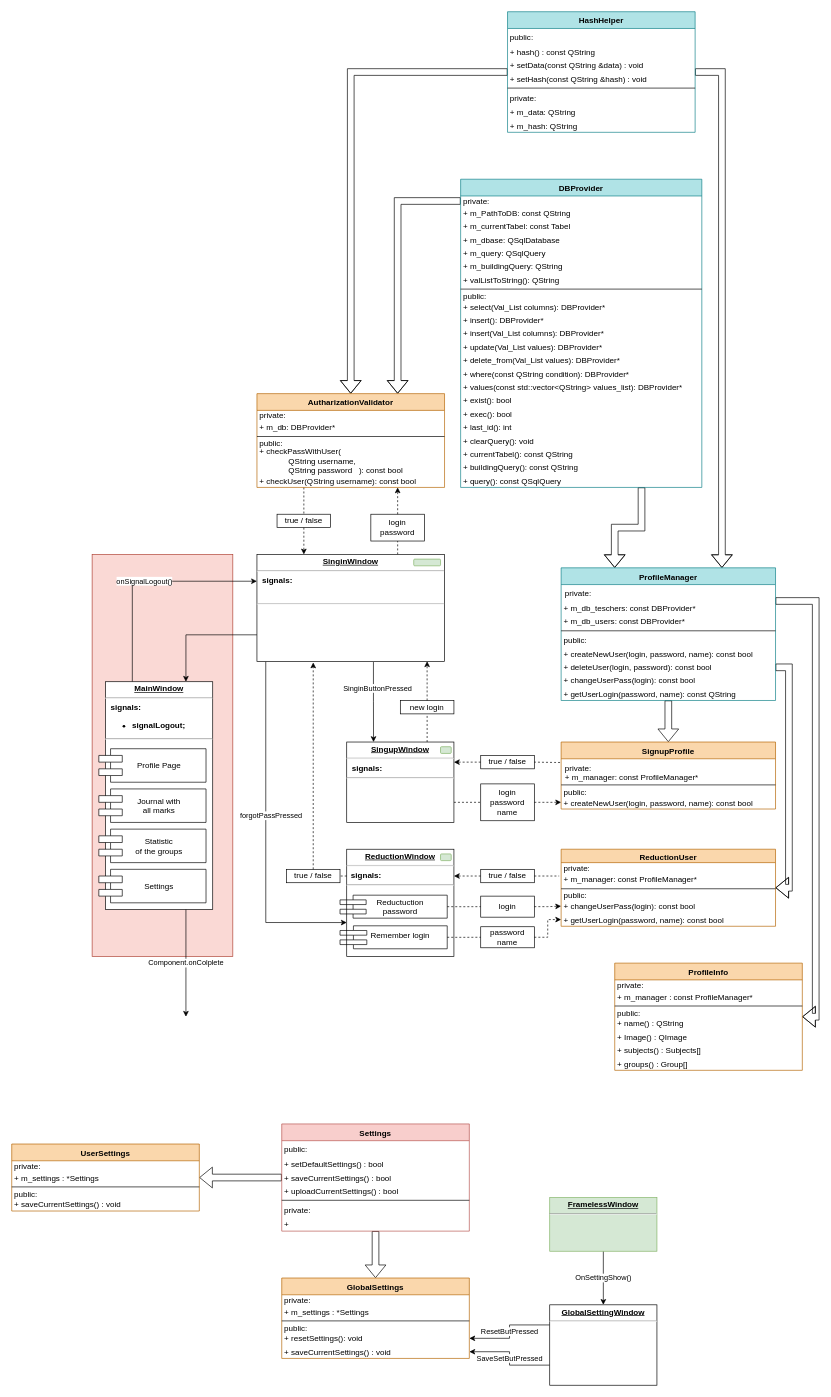
Above: page "Full project" (1 of 3) of Screenshots/Schemes.drawio in GRPilot/e-journal (draw.io), before the change. Source tidied: cells renumbered, new cells numbered last; positions are measured from the earlier drawing's top-left corner, leaving out a move shared by most shapes. Both pictures are drawn from the tidied source at 67%, with x=0, y=0 at pixel (11, 11).
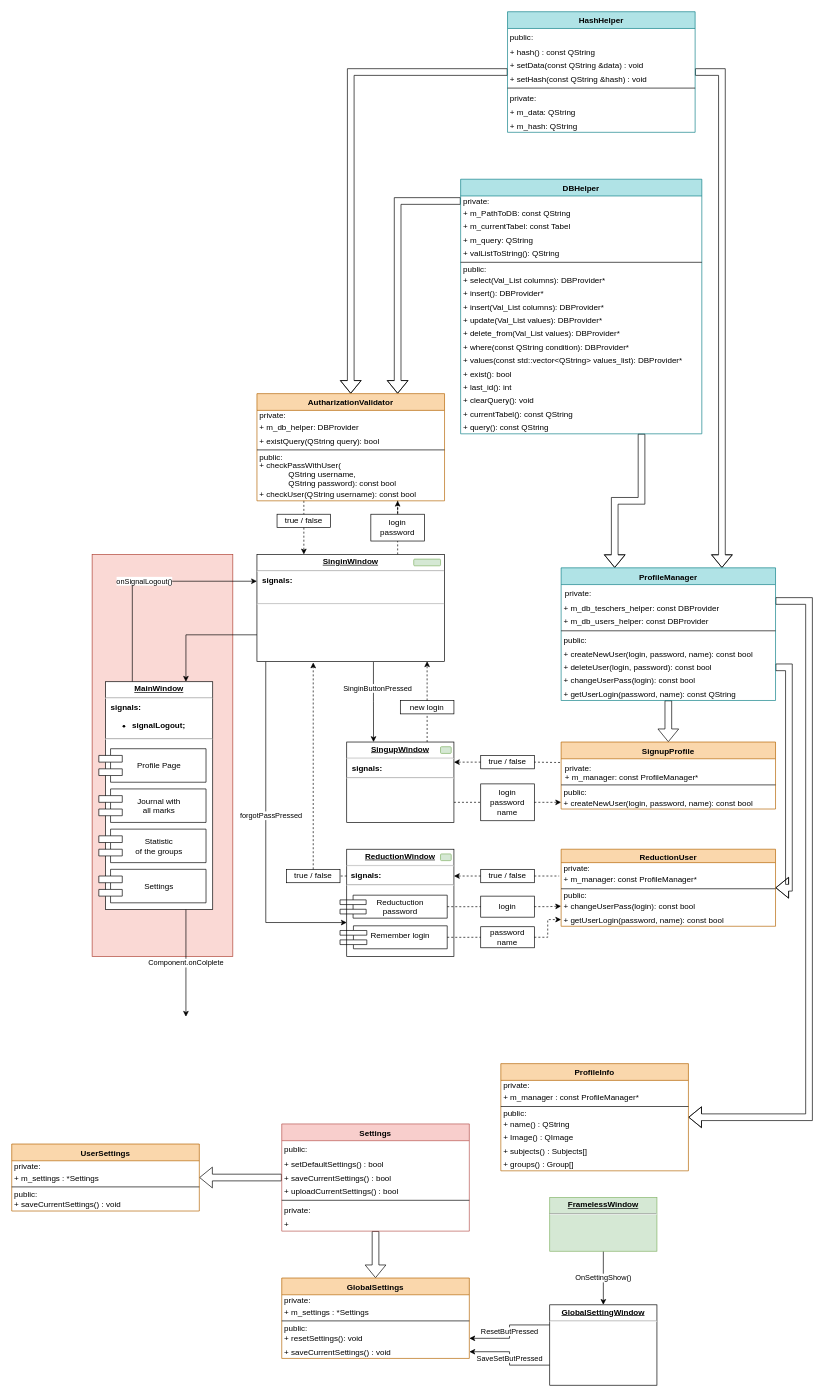
The same page after the edit.

Unchanged cells that the change refers to:
```xml
<mxCell id="142" value="ProfileManager" style="swimlane;fontStyle=1;align=center;verticalAlign=top;horizontal=1;startSize=25;fillColor=#b0e3e6;strokeColor=#0e8088;" parent="1" vertex="1">
  <mxGeometry x="820" y="830" width="320" height="198" as="geometry" />
</mxCell>
```

Diff of the diagram source:
```diff
@@
     <mxCell id="65" value="AutharizationValidator" style="swimlane;fontStyle=1;align=center;verticalAlign=top;horizontal=1;startSize=25;fillColor=#fad7ac;strokeColor=#b46504;" parent="1" vertex="1">
-      <mxGeometry x="366" y="570" width="280" height="140" as="geometry" />
+      <mxGeometry x="366" y="570" width="280" height="160" as="geometry" />
     </mxCell>
@@
-    <mxCell id="67" value="+ m_db: DBProvider*" style="text;strokeColor=none;fillColor=none;align=left;verticalAlign=middle;spacingLeft=4;spacingRight=4;overflow=hidden;fontStyle=0;spacing=0;" parent="65" vertex="1">
+    <mxCell id="67" value="+ m_db_helper: DBProvider" style="text;strokeColor=none;fillColor=none;align=left;verticalAlign=middle;spacingLeft=4;spacingRight=4;overflow=hidden;fontStyle=0;spacing=0;" parent="65" vertex="1">
       <mxGeometry y="40" width="280" height="20" as="geometry" />
     </mxCell>
+    <mxCell id="161" value="+ existQuery(QString query): bool" style="text;strokeColor=none;fillColor=none;align=left;verticalAlign=middle;spacingLeft=4;spacingRight=4;overflow=hidden;fontStyle=0;spacing=0;" parent="65" vertex="1">
+      <mxGeometry y="60" width="280" height="20" as="geometry" />
+    </mxCell>
     <mxCell id="68" style="line;strokeWidth=1;fillColor=none;align=left;verticalAlign=middle;spacingTop=-1;spacingLeft=3;spacingRight=3;labelPosition=right;" parent="65" vertex="1">
-      <mxGeometry y="60" width="280" height="8" as="geometry" />
+      <mxGeometry y="80" width="280" height="8" as="geometry" />
     </mxCell>
     <mxCell id="69" value="public:" style="text;strokeColor=none;fillColor=none;align=left;verticalAlign=middle;spacingLeft=4;spacingRight=4;overflow=hidden;spacing=0;" parent="65" vertex="1">
-      <mxGeometry y="68" width="280" height="12" as="geometry" />
+      <mxGeometry y="88" width="280" height="12" as="geometry" />
     </mxCell>
-    <mxCell id="70" value="+ checkPassWithUser(&#10;             QString username, &#10;             QString password   ): const bool" style="text;strokeColor=none;fillColor=none;align=left;verticalAlign=middle;spacingLeft=4;spacingRight=4;overflow=hidden;spacing=0;" parent="65" vertex="1">
-      <mxGeometry y="80" width="280" height="40" as="geometry" />
+    <mxCell id="70" value="+ checkPassWithUser(&#10;             QString username, &#10;             QString password): const bool" style="text;strokeColor=none;fillColor=none;align=left;verticalAlign=middle;spacingLeft=4;spacingRight=4;overflow=hidden;spacing=0;" parent="65" vertex="1">
+      <mxGeometry y="100" width="280" height="40" as="geometry" />
     </mxCell>
     <mxCell id="71" value="+ checkUser(QString username): const bool" style="text;strokeColor=none;fillColor=none;align=left;verticalAlign=middle;spacingLeft=4;spacingRight=4;overflow=hidden;spacing=0;" parent="65" vertex="1">
-      <mxGeometry y="120" width="280" height="20" as="geometry" />
+      <mxGeometry y="140" width="280" height="20" as="geometry" />
     </mxCell>
@@
-    <mxCell id="116" value="DBProvider" style="swimlane;fontStyle=1;align=center;verticalAlign=top;horizontal=1;startSize=25;fillColor=#b0e3e6;strokeColor=#0e8088;" parent="1" vertex="1">
-      <mxGeometry x="670" y="250" width="360" height="460" as="geometry" />
+    <mxCell id="116" value="DBHelper" style="swimlane;fontStyle=1;align=center;verticalAlign=top;horizontal=1;startSize=25;fillColor=#b0e3e6;strokeColor=#0e8088;" parent="1" vertex="1">
+      <mxGeometry x="670" y="250" width="360" height="380" as="geometry" />
     </mxCell>
@@
-    <mxCell id="120" value="+ m_dbase: QSqlDatabase " style="text;strokeColor=none;fillColor=none;align=left;verticalAlign=middle;spacingLeft=4;spacingRight=4;overflow=hidden;fontStyle=0;spacing=0;" parent="116" vertex="1">
-      <mxGeometry y="80" width="360" height="20" as="geometry" />
-    </mxCell>
-    <mxCell id="121" value="+ m_query: QSqlQuery " style="text;strokeColor=none;fillColor=none;align=left;verticalAlign=middle;spacingLeft=4;spacingRight=4;overflow=hidden;fontStyle=0;spacing=0;" parent="116" vertex="1">
-      <mxGeometry y="100" width="360" height="20" as="geometry" />
-    </mxCell>
-    <mxCell id="122" value="+ m_buildingQuery: QString " style="text;strokeColor=none;fillColor=none;align=left;verticalAlign=middle;spacingLeft=4;spacingRight=4;overflow=hidden;fontStyle=0;spacing=0;" parent="116" vertex="1">
-      <mxGeometry y="120" width="360" height="20" as="geometry" />
+    <mxCell id="122" value="+ m_query: QString " style="text;strokeColor=none;fillColor=none;align=left;verticalAlign=middle;spacingLeft=4;spacingRight=4;overflow=hidden;fontStyle=0;spacing=0;" parent="116" vertex="1">
+      <mxGeometry y="80" width="360" height="20" as="geometry" />
     </mxCell>
     <mxCell id="123" value="+ valListToString(): QString " style="text;strokeColor=none;fillColor=none;align=left;verticalAlign=middle;spacingLeft=4;spacingRight=4;overflow=hidden;fontStyle=0;spacing=0;" parent="116" vertex="1">
-      <mxGeometry y="140" width="360" height="20" as="geometry" />
+      <mxGeometry y="100" width="360" height="20" as="geometry" />
     </mxCell>
     <mxCell id="124" style="line;strokeWidth=1;fillColor=none;align=left;verticalAlign=middle;spacingTop=-1;spacingLeft=3;spacingRight=3;labelPosition=right;" parent="116" vertex="1">
-      <mxGeometry y="160" width="360" height="8" as="geometry" />
+      <mxGeometry y="120" width="360" height="8" as="geometry" />
     </mxCell>
     <mxCell id="125" value="public:" style="text;strokeColor=none;fillColor=none;align=left;verticalAlign=middle;spacingLeft=4;spacingRight=4;overflow=hidden;spacing=0;" parent="116" vertex="1">
-      <mxGeometry y="168" width="360" height="12" as="geometry" />
+      <mxGeometry y="128" width="360" height="12" as="geometry" />
     </mxCell>
     <mxCell id="126" value="+ select(Val_List columns): DBProvider*" style="text;strokeColor=none;fillColor=none;align=left;verticalAlign=middle;spacingLeft=4;spacingRight=4;overflow=hidden;spacing=0;" parent="116" vertex="1">
-      <mxGeometry y="180" width="360" height="20" as="geometry" />
+      <mxGeometry y="140" width="360" height="20" as="geometry" />
     </mxCell>
     <mxCell id="127" value="+ insert(): DBProvider*" style="text;strokeColor=none;fillColor=none;align=left;verticalAlign=middle;spacingLeft=4;spacingRight=4;overflow=hidden;spacing=0;" parent="116" vertex="1">
-      <mxGeometry y="200" width="360" height="20" as="geometry" />
+      <mxGeometry y="160" width="360" height="20" as="geometry" />
     </mxCell>
     <mxCell id="128" value="+ insert(Val_List columns): DBProvider*" style="text;strokeColor=none;fillColor=none;align=left;verticalAlign=middle;spacingLeft=4;spacingRight=4;overflow=hidden;spacing=0;" parent="116" vertex="1">
-      <mxGeometry y="220" width="360" height="20" as="geometry" />
+      <mxGeometry y="180" width="360" height="20" as="geometry" />
     </mxCell>
     <mxCell id="129" value="+ update(Val_List values): DBProvider*" style="text;strokeColor=none;fillColor=none;align=left;verticalAlign=middle;spacingLeft=4;spacingRight=4;overflow=hidden;spacing=0;" parent="116" vertex="1">
-      <mxGeometry y="240" width="360" height="20" as="geometry" />
+      <mxGeometry y="200" width="360" height="20" as="geometry" />
     </mxCell>
     <mxCell id="130" value="+ delete_from(Val_List values): DBProvider*" style="text;strokeColor=none;fillColor=none;align=left;verticalAlign=middle;spacingLeft=4;spacingRight=4;overflow=hidden;spacing=0;" parent="116" vertex="1">
-      <mxGeometry y="260" width="360" height="20" as="geometry" />
+      <mxGeometry y="220" width="360" height="20" as="geometry" />
     </mxCell>
     <mxCell id="131" value="+ where(const QString condition): DBProvider*" style="text;strokeColor=none;fillColor=none;align=left;verticalAlign=middle;spacingLeft=4;spacingRight=4;overflow=hidden;spacing=0;" parent="116" vertex="1">
-      <mxGeometry y="280" width="360" height="20" as="geometry" />
+      <mxGeometry y="240" width="360" height="20" as="geometry" />
     </mxCell>
     <mxCell id="132" value="+ values(const std::vector&lt;QString&gt; values_list): DBProvider*" style="text;strokeColor=none;fillColor=none;align=left;verticalAlign=middle;spacingLeft=4;spacingRight=4;overflow=hidden;spacing=0;" parent="116" vertex="1">
-      <mxGeometry y="300" width="360" height="20" as="geometry" />
+      <mxGeometry y="260" width="360" height="20" as="geometry" />
     </mxCell>
     <mxCell id="133" value="+ exist(): bool" style="text;strokeColor=none;fillColor=none;align=left;verticalAlign=middle;spacingLeft=4;spacingRight=4;overflow=hidden;spacing=0;" parent="116" vertex="1">
-      <mxGeometry y="320" width="360" height="20" as="geometry" />
+      <mxGeometry y="280" width="360" height="20" as="geometry" />
     </mxCell>
-    <mxCell id="134" value="+ exec(): bool" style="text;strokeColor=none;fillColor=none;align=left;verticalAlign=middle;spacingLeft=4;spacingRight=4;overflow=hidden;spacing=0;" parent="116" vertex="1">
-      <mxGeometry y="340" width="360" height="20" as="geometry" />
-    </mxCell>
     <mxCell id="135" value="+ last_id(): int" style="text;strokeColor=none;fillColor=none;align=left;verticalAlign=middle;spacingLeft=4;spacingRight=4;overflow=hidden;spacing=0;" parent="116" vertex="1">
-      <mxGeometry y="360" width="360" height="20" as="geometry" />
+      <mxGeometry y="300" width="360" height="20" as="geometry" />
     </mxCell>
     <mxCell id="136" value="+ clearQuery(): void" style="text;strokeColor=none;fillColor=none;align=left;verticalAlign=middle;spacingLeft=4;spacingRight=4;overflow=hidden;spacing=0;" parent="116" vertex="1">
-      <mxGeometry y="380" width="360" height="20" as="geometry" />
+      <mxGeometry y="320" width="360" height="20" as="geometry" />
     </mxCell>
     <mxCell id="137" value="+ currentTabel(): const QString " style="text;strokeColor=none;fillColor=none;align=left;verticalAlign=middle;spacingLeft=4;spacingRight=4;overflow=hidden;fontStyle=0;spacing=0;" parent="116" vertex="1">
-      <mxGeometry y="400" width="360" height="20" as="geometry" />
+      <mxGeometry y="340" width="360" height="20" as="geometry" />
     </mxCell>
-    <mxCell id="138" value="+ buildingQuery(): const QString " style="text;strokeColor=none;fillColor=none;align=left;verticalAlign=middle;spacingLeft=4;spacingRight=4;overflow=hidden;fontStyle=0;spacing=0;" parent="116" vertex="1">
-      <mxGeometry y="420" width="360" height="20" as="geometry" />
+    <mxCell id="138" value="+ query(): const QString " style="text;strokeColor=none;fillColor=none;align=left;verticalAlign=middle;spacingLeft=4;spacingRight=4;overflow=hidden;fontStyle=0;spacing=0;" parent="116" vertex="1">
+      <mxGeometry y="360" width="360" height="20" as="geometry" />
     </mxCell>
-    <mxCell id="139" value="+ query(): const QSqlQuery" style="text;strokeColor=none;fillColor=none;align=left;verticalAlign=middle;spacingLeft=4;spacingRight=4;overflow=hidden;fontStyle=0;spacing=0;" parent="116" vertex="1">
-      <mxGeometry y="440" width="360" height="20" as="geometry" />
-    </mxCell>
     <mxCell id="140" style="edgeStyle=orthogonalEdgeStyle;rounded=0;jettySize=auto;html=1;exitX=1;exitY=0.25;exitDx=0;exitDy=0;entryX=1;entryY=0.5;entryDx=0;entryDy=0;shape=flexArrow;" parent="1" edge="1" source="142" target="152">
-      <mxGeometry relative="1" as="geometry" />
+      <mxGeometry relative="1" as="geometry">
+        <Array as="points">
+          <mxPoint x="1190" y="880" />
+          <mxPoint x="1190" y="1650" />
+        </Array>
+      </mxGeometry>
     </mxCell>
@@
-    <mxCell id="144" value="+ m_db_teschers: const DBProvider*" style="text;strokeColor=none;fillColor=none;align=left;verticalAlign=middle;spacingLeft=4;spacingRight=4;overflow=hidden;spacing=0;" parent="142" vertex="1">
+    <mxCell id="144" value="+ m_db_teschers_helper: const DBProvider" style="text;strokeColor=none;fillColor=none;align=left;verticalAlign=middle;spacingLeft=4;spacingRight=4;overflow=hidden;spacing=0;" parent="142" vertex="1">
       <mxGeometry y="50" width="320" height="20" as="geometry" />
     </mxCell>
-    <mxCell id="145" value="+ m_db_users: const DBProvider*" style="text;strokeColor=none;fillColor=none;align=left;verticalAlign=middle;spacingLeft=4;spacingRight=4;overflow=hidden;spacing=0;" parent="142" vertex="1">
+    <mxCell id="145" value="+ m_db_users_helper: const DBProvider" style="text;strokeColor=none;fillColor=none;align=left;verticalAlign=middle;spacingLeft=4;spacingRight=4;overflow=hidden;spacing=0;" parent="142" vertex="1">
       <mxGeometry y="70" width="320" height="20" as="geometry" />
     </mxCell>
@@
     <mxCell id="152" value="ProfileInfo" style="swimlane;fontStyle=1;align=center;verticalAlign=top;horizontal=1;startSize=25;fillColor=#fad7ac;strokeColor=#b46504;" parent="1" vertex="1">
-      <mxGeometry x="900" y="1420" width="280" height="160" as="geometry" />
+      <mxGeometry x="730" y="1570" width="280" height="160" as="geometry" />
     </mxCell>
```
